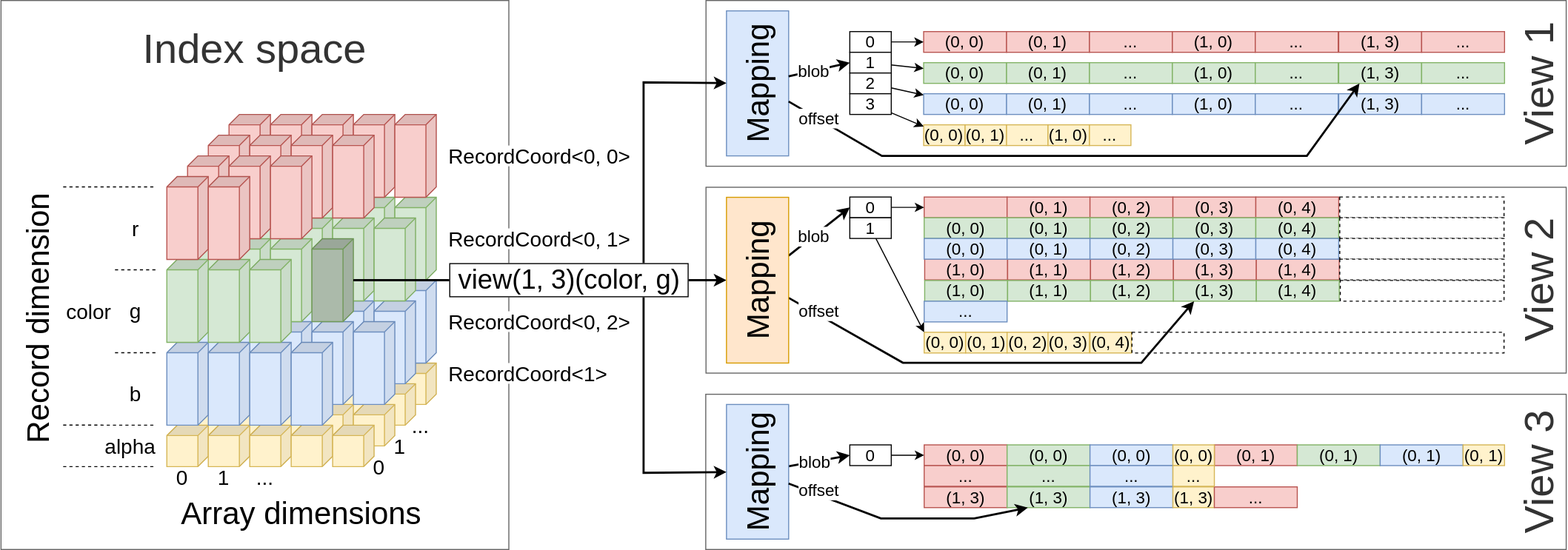
Before: docs/images/mapping.svg, a diagram exported from draw.io (alpaka-group/llama). Source tidied: cells renumbered, new cells last; positions are measured from the earlier drawing's top-left corner, leaving out a move shared by most shapes.
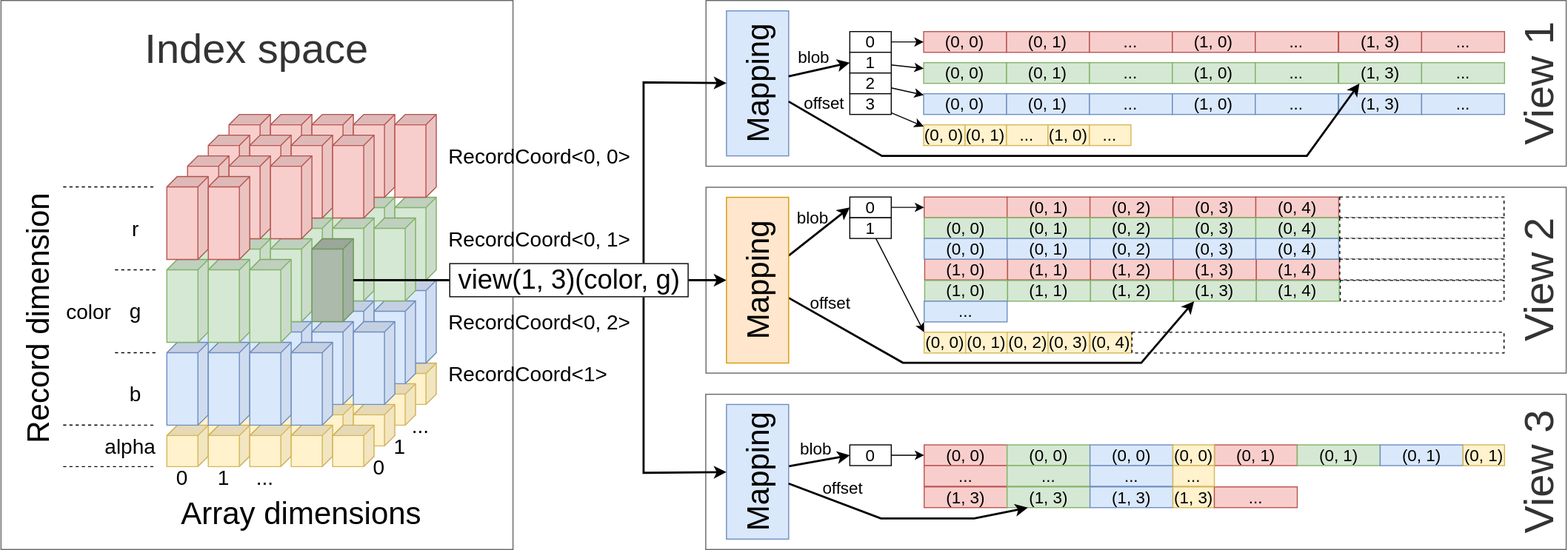
The same diagram one commit later.

Commit message:
Remove unnecessary white background

Change to the diagram source:
```diff
@@ -1,4 +1,4 @@
-<mxGraphModel background="#ffffff">
+<mxGraphModel>
   <root>
     <mxCell id="0" />
     <mxCell id="1" parent="0" />
@@ -19,7 +19,7 @@
       </mxGeometry>
     </mxCell>
     <mxCell id="6" value="Index space" style="rounded=0;whiteSpace=wrap;html=1;shadow=0;glass=0;sketch=0;fontSize=40;align=center;verticalAlign=top;strokeColor=#666666;fontColor=#333333;fillColor=none;spacingTop=16;" parent="1" vertex="1">
-      <mxGeometry x="98" width="490" height="530" as="geometry" />
+      <mxGeometry x="98" width="494" height="530" as="geometry" />
     </mxCell>
     <mxCell id="7" value="Array dimensions" style="text;html=1;strokeColor=none;fillColor=none;align=center;verticalAlign=middle;whiteSpace=wrap;rounded=0;fontSize=30;" parent="1" vertex="1">
       <mxGeometry x="258" y="480" width="260" height="30" as="geometry" />
@@ -84,16 +84,16 @@
         <mxPoint x="248" y="340" as="targetPoint" />
       </mxGeometry>
     </mxCell>
-    <mxCell id="23" value="RecordCoord&amp;lt;0, 0&amp;gt;" style="text;html=1;align=left;verticalAlign=middle;whiteSpace=wrap;rounded=0;fontSize=20;fillColor=#ffffff;" parent="1" vertex="1">
+    <mxCell id="23" value="RecordCoord&amp;lt;0, 0&amp;gt;" style="text;html=1;align=left;verticalAlign=middle;whiteSpace=wrap;rounded=0;fontSize=20;fillColor=none;" parent="1" vertex="1">
       <mxGeometry x="528" y="140" width="180" height="20" as="geometry" />
     </mxCell>
-    <mxCell id="24" value="RecordCoord&amp;lt;0, 1&amp;gt;" style="text;html=1;strokeColor=none;align=left;verticalAlign=middle;whiteSpace=wrap;rounded=0;fontSize=20;fillColor=#ffffff;" parent="1" vertex="1">
+    <mxCell id="24" value="RecordCoord&amp;lt;0, 1&amp;gt;" style="text;html=1;strokeColor=none;align=left;verticalAlign=middle;whiteSpace=wrap;rounded=0;fontSize=20;fillColor=none;" parent="1" vertex="1">
       <mxGeometry x="528" y="220" width="180" height="20" as="geometry" />
     </mxCell>
-    <mxCell id="25" value="RecordCoord&amp;lt;0, 2&amp;gt;" style="text;html=1;strokeColor=none;align=left;verticalAlign=middle;whiteSpace=wrap;rounded=0;fontSize=20;fillColor=#ffffff;" parent="1" vertex="1">
+    <mxCell id="25" value="RecordCoord&amp;lt;0, 2&amp;gt;" style="text;html=1;strokeColor=none;align=left;verticalAlign=middle;whiteSpace=wrap;rounded=0;fontSize=20;fillColor=none;" parent="1" vertex="1">
       <mxGeometry x="528" y="300" width="180" height="20" as="geometry" />
     </mxCell>
-    <mxCell id="26" value="RecordCoord&amp;lt;1&amp;gt;" style="text;html=1;align=left;verticalAlign=middle;whiteSpace=wrap;rounded=0;fontSize=20;fillColor=#ffffff;" parent="1" vertex="1">
+    <mxCell id="26" value="RecordCoord&amp;lt;1&amp;gt;" style="text;html=1;align=left;verticalAlign=middle;whiteSpace=wrap;rounded=0;fontSize=20;fillColor=none;" parent="1" vertex="1">
       <mxGeometry x="528" y="350" width="180" height="20" as="geometry" />
     </mxCell>
     <mxCell id="27" style="endArrow=none;html=1;fontSize=20;dashed=1;" parent="1" edge="1">
@@ -330,8 +330,10 @@
     <mxCell id="103" style="endArrow=classic;html=1;fontSize=30;entryX=0;entryY=0.5;entryDx=0;entryDy=0;strokeWidth=2;rounded=0;" parent="1" edge="1" source="102" target="52">
       <mxGeometry relative="1" as="geometry" />
     </mxCell>
-    <mxCell id="104" value="blob" style="edgeLabel;align=center;verticalAlign=middle;labelBorderColor=none;fontSize=16;html=1;" parent="103" vertex="1">
-      <mxGeometry x="-0.21" y="1" relative="1" as="geometry" />
+    <mxCell id="104" value="blob" style="edgeLabel;align=center;verticalAlign=middle;labelBorderColor=none;fontSize=16;html=1;labelBackgroundColor=none;" parent="103" vertex="1">
+      <mxGeometry x="-0.21" y="1" relative="1" as="geometry">
+        <mxPoint y="-13" as="offset" />
+      </mxGeometry>
     </mxCell>
     <mxCell id="105" style="group;" parent="1" vertex="1">
       <mxGeometry x="318" y="110" width="200" height="280" as="geometry" />
@@ -581,9 +583,9 @@
     <mxCell id="185" style="edgeStyle=none;rounded=0;jettySize=auto;html=1;strokeWidth=2;fontSize=40;entryX=0;entryY=0.5;entryDx=0;entryDy=0;" parent="1" edge="1" source="187" target="67">
       <mxGeometry relative="1" as="geometry" />
     </mxCell>
-    <mxCell id="186" value="blob" style="edgeLabel;html=1;align=center;verticalAlign=middle;labelBorderColor=none;fontSize=16;" parent="185" vertex="1">
+    <mxCell id="186" value="blob" style="edgeLabel;html=1;align=center;verticalAlign=middle;labelBorderColor=none;fontSize=16;labelBackgroundColor=none;" parent="185" vertex="1">
       <mxGeometry x="-0.44" y="1" relative="1" as="geometry">
-        <mxPoint x="7.7" y="0.3" as="offset" />
+        <mxPoint x="9" y="-13" as="offset" />
       </mxGeometry>
     </mxCell>
     <mxCell id="187" value="Mapping" style="rounded=0;whiteSpace=wrap;html=1;shadow=0;glass=0;sketch=0;fillColor=#dae8fc;fontSize=30;align=center;strokeColor=#6c8ebf;rotation=-90;" parent="1" vertex="1">
@@ -628,9 +630,9 @@
     <mxCell id="200" style="edgeStyle=none;rounded=0;jettySize=auto;html=1;strokeWidth=2;fontSize=40;entryX=0;entryY=0.5;entryDx=0;entryDy=0;" parent="1" edge="1" source="204" target="74">
       <mxGeometry relative="1" as="geometry" />
     </mxCell>
-    <mxCell id="201" value="blob" style="edgeLabel;html=1;align=center;verticalAlign=middle;labelBorderColor=none;fontSize=16;" parent="200" vertex="1">
+    <mxCell id="201" value="blob" style="edgeLabel;html=1;align=center;verticalAlign=middle;labelBorderColor=none;fontSize=16;labelBackgroundColor=none;" parent="200" vertex="1">
       <mxGeometry x="-0.28" y="2" relative="1" as="geometry">
-        <mxPoint x="3.9" y="-0.9" as="offset" />
+        <mxPoint x="3" y="-19" as="offset" />
       </mxGeometry>
     </mxCell>
     <mxCell id="202" style="edgeStyle=none;rounded=0;jettySize=auto;html=1;entryX=0.25;entryY=1;entryDx=0;entryDy=0;strokeWidth=2;fontSize=40;" parent="1" edge="1" source="204" target="196">
@@ -641,9 +643,9 @@
         </Array>
       </mxGeometry>
     </mxCell>
-    <mxCell id="203" value="offset" style="edgeLabel;html=1;align=center;verticalAlign=middle;labelBorderColor=none;fontSize=16;" parent="202" vertex="1">
+    <mxCell id="203" value="offset" style="edgeLabel;html=1;align=center;verticalAlign=middle;labelBorderColor=none;fontSize=16;labelBackgroundColor=none;" parent="202" vertex="1">
       <mxGeometry x="-0.87" relative="1" as="geometry">
-        <mxPoint x="3.7" y="-1.4" as="offset" />
+        <mxPoint x="14" y="-10" as="offset" />
       </mxGeometry>
     </mxCell>
     <mxCell id="204" value="Mapping" style="rounded=0;whiteSpace=wrap;html=1;shadow=0;glass=0;sketch=0;fillColor=#ffe6cc;fontSize=30;align=center;strokeColor=#d79b00;rotation=-90;" parent="1" vertex="1">
@@ -670,9 +672,9 @@
         </Array>
       </mxGeometry>
     </mxCell>
-    <mxCell id="208" value="offset" style="edgeLabel;html=1;align=center;verticalAlign=middle;labelBorderColor=none;fontSize=16;" parent="207" vertex="1">
+    <mxCell id="208" value="offset" style="edgeLabel;html=1;align=center;verticalAlign=middle;labelBorderColor=none;fontSize=16;labelBackgroundColor=none;" parent="207" vertex="1">
       <mxGeometry x="-0.57" y="2" relative="1" as="geometry">
-        <mxPoint x="-85.8" y="-35" as="offset" />
+        <mxPoint x="-80" y="-50" as="offset" />
       </mxGeometry>
     </mxCell>
     <mxCell id="209" style="edgeStyle=none;rounded=0;jettySize=auto;html=1;strokeWidth=2;fontSize=40;entryX=0.25;entryY=1;entryDx=0;entryDy=0;" parent="1" edge="1" source="187" target="189">
@@ -683,9 +685,9 @@
         </Array>
       </mxGeometry>
     </mxCell>
-    <mxCell id="210" value="offset" style="edgeLabel;html=1;align=center;verticalAlign=middle;labelBorderColor=none;fontSize=16;" parent="209" vertex="1">
+    <mxCell id="210" value="offset" style="edgeLabel;html=1;align=center;verticalAlign=middle;labelBorderColor=none;fontSize=16;labelBackgroundColor=none;" parent="209" vertex="1">
       <mxGeometry x="-0.51" y="-1" relative="1" as="geometry">
-        <mxPoint x="-26.1" y="-15.9" as="offset" />
+        <mxPoint x="-3" y="-18" as="offset" />
       </mxGeometry>
     </mxCell>
     <mxCell id="211" value="..." style="rounded=0;whiteSpace=wrap;html=1;fontSize=16;align=center;fillColor=#d5e8d4;strokeColor=#82b366;" parent="1" vertex="1">
```
